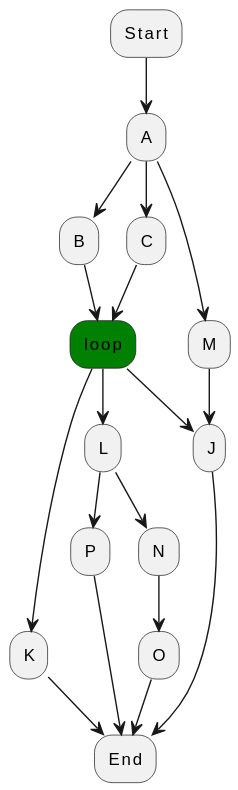
The PlantUML diagram tests/loop_detection/loop_test_graph_parent.svg in xtuml/otel2puml, before a commit. Its diagram source:
```plantuml
@startuml
skinparam activity {
    BackgroundColor<< loopstart >> green
    BackgroundColor<< loopend >> red
    BackgroundColor<< breakpoint >> orange
}
    Start -down-> A
    A -down-> B
    A -down-> C
    A -down-> M
    B -down-> loop << loopstart >>
    C -down-> loop
    loop -down-> J
    loop -down-> K
    loop -down-> L
    L -down-> N
    N -down-> O
    L -down-> P
    M -down-> J
    J -down-> End
    K -down-> End
    P -down-> End
    O -down-> End
@enduml
```
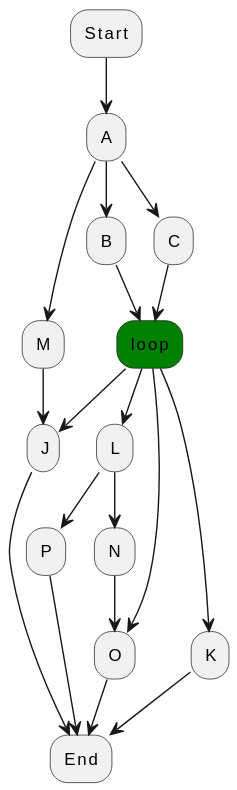
Above is the later version.

Diff of the diagram source:
```diff
@@ -13,6 +13,7 @@
     loop -down-> J
     loop -down-> K
     loop -down-> L
+    loop -down-> O
     L -down-> N
     N -down-> O
     L -down-> P
```
